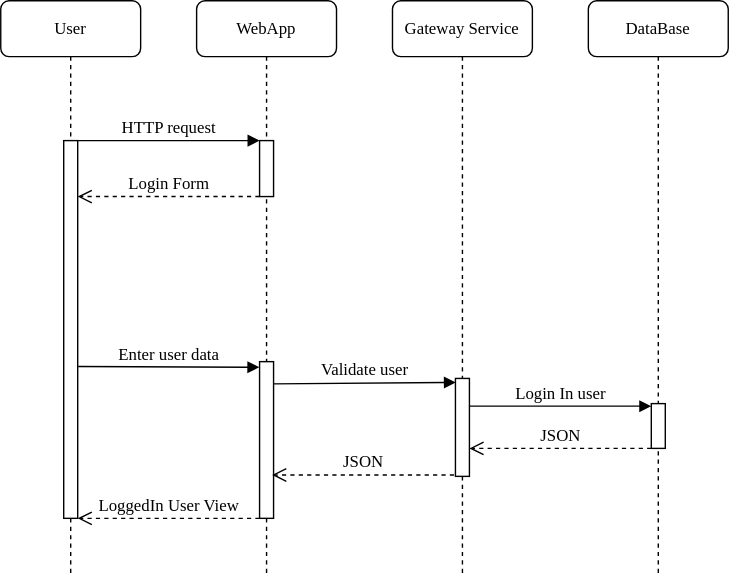
Arquisoft/wichat_es2a keeps this draw.io diagram as docs/images/06_runview_login.svg. Above is the earlier version. Source tidied: cells renumbered, new cells last; positions are measured from the earlier drawing's top-left corner, leaving out a move shared by most shapes.
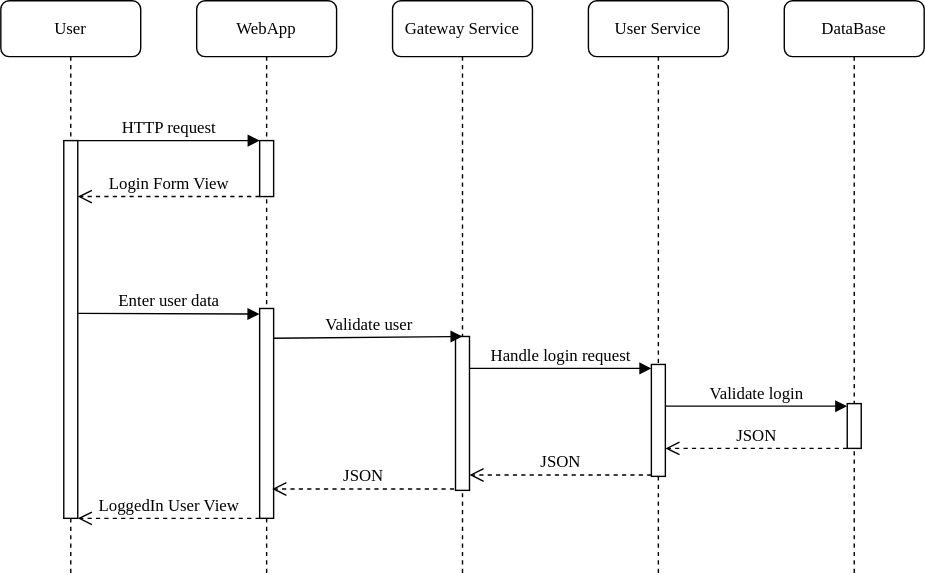
The same diagram one commit later.

Commit message:
Added new diagrams to Runtime view

Change to the diagram source:
```diff
@@ -9,43 +9,33 @@
       <mxGeometry x="45" y="100" width="10" height="40" as="geometry" />
     </mxCell>
     <mxCell id="4" style="html=1;points=[];perimeter=orthogonalPerimeter;rounded=0;shadow=0;comic=0;labelBackgroundColor=none;strokeWidth=1;fontFamily=Verdana;fontSize=12;align=center;" parent="2" vertex="1">
-      <mxGeometry x="45" y="258" width="10" height="112" as="geometry" />
+      <mxGeometry x="45" y="220" width="10" height="150" as="geometry" />
     </mxCell>
     <mxCell id="5" value="Gateway Service" style="shape=umlLifeline;perimeter=lifelinePerimeter;whiteSpace=wrap;html=1;rounded=1;shadow=0;comic=0;labelBackgroundColor=none;strokeWidth=1;fontFamily=Verdana;fontSize=12;align=center;" parent="1" vertex="1">
       <mxGeometry x="280" width="100" height="410" as="geometry" />
     </mxCell>
     <mxCell id="6" style="html=1;points=[];perimeter=orthogonalPerimeter;rounded=0;shadow=0;comic=0;labelBackgroundColor=none;strokeWidth=1;fontFamily=Verdana;fontSize=12;align=center;" parent="5" vertex="1">
-      <mxGeometry x="45" y="270" width="10" height="70" as="geometry" />
+      <mxGeometry x="45" y="240" width="10" height="110" as="geometry" />
     </mxCell>
-    <mxCell id="7" value="DataBase" style="shape=umlLifeline;perimeter=lifelinePerimeter;whiteSpace=wrap;html=1;rounded=1;shadow=0;comic=0;labelBackgroundColor=none;strokeWidth=1;fontFamily=Verdana;fontSize=12;align=center;" parent="1" vertex="1">
+    <mxCell id="7" value="User Service" style="shape=umlLifeline;perimeter=lifelinePerimeter;whiteSpace=wrap;html=1;rounded=1;shadow=0;comic=0;labelBackgroundColor=none;strokeWidth=1;fontFamily=Verdana;fontSize=12;align=center;" parent="1" vertex="1">
       <mxGeometry x="420" width="100" height="410" as="geometry" />
     </mxCell>
     <mxCell id="8" style="html=1;perimeter=orthogonalPerimeter;rounded=0;shadow=0;comic=0;labelBackgroundColor=none;strokeWidth=1;fontFamily=Verdana;fontSize=12;align=center;" parent="7" vertex="1">
-      <mxGeometry x="45" y="288" width="10" height="32" as="geometry" />
+      <mxGeometry x="45" y="260" width="10" height="80" as="geometry" />
     </mxCell>
-    <mxCell id="9" value="Login In user" style="html=1;verticalAlign=bottom;endArrow=block;entryX=0.034;entryY=0.041;labelBackgroundColor=none;fontFamily=Verdana;fontSize=12;entryDx=0;entryDy=0;entryPerimeter=0;exitX=1.012;exitY=0.354;exitDx=0;exitDy=0;exitPerimeter=0;" parent="7" edge="1">
+    <mxCell id="9" value="Handle login request" style="html=1;verticalAlign=bottom;endArrow=block;entryX=0.034;entryY=0.041;labelBackgroundColor=none;fontFamily=Verdana;fontSize=12;entryDx=0;entryDy=0;entryPerimeter=0;exitX=1.012;exitY=0.354;exitDx=0;exitDy=0;exitPerimeter=0;" parent="7" edge="1">
       <mxGeometry relative="1" as="geometry">
-        <mxPoint x="-85" y="289.8" as="sourcePoint" />
-        <mxPoint x="45" y="289.8" as="targetPoint" />
+        <mxPoint x="-85" y="262.8" as="sourcePoint" />
+        <mxPoint x="45" y="262.8" as="targetPoint" />
       </mxGeometry>
     </mxCell>
-    <mxCell id="10" value="JSON" style="html=1;verticalAlign=bottom;endArrow=open;dashed=1;endSize=8;labelBackgroundColor=none;fontFamily=Verdana;fontSize=12;edgeStyle=elbowEdgeStyle;elbow=vertical;" parent="7" edge="1">
-      <mxGeometry relative="1" as="geometry">
-        <mxPoint x="45" y="320" as="sourcePoint" />
-        <mxPoint x="-85" y="320" as="targetPoint" />
-        <Array as="points">
-          <mxPoint x="-10" y="320" />
-          <mxPoint x="20" y="320" />
-        </Array>
-      </mxGeometry>
-    </mxCell>
     <mxCell id="11" value="User" style="shape=umlLifeline;perimeter=lifelinePerimeter;whiteSpace=wrap;html=1;rounded=1;shadow=0;comic=0;labelBackgroundColor=none;strokeWidth=1;fontFamily=Verdana;fontSize=12;align=center;" parent="1" vertex="1">
       <mxGeometry width="100" height="410" as="geometry" />
     </mxCell>
     <mxCell id="12" style="html=1;points=[];perimeter=orthogonalPerimeter;rounded=0;shadow=0;comic=0;labelBackgroundColor=none;strokeWidth=1;fontFamily=Verdana;fontSize=12;align=center;" parent="11" vertex="1">
       <mxGeometry x="45" y="100" width="10" height="270" as="geometry" />
     </mxCell>
-    <mxCell id="13" value="Login Form" style="html=1;verticalAlign=bottom;endArrow=open;dashed=1;endSize=8;labelBackgroundColor=none;fontFamily=Verdana;fontSize=12;edgeStyle=elbowEdgeStyle;elbow=vertical;" parent="11" edge="1">
+    <mxCell id="13" value="Login Form View" style="html=1;verticalAlign=bottom;endArrow=open;dashed=1;endSize=8;labelBackgroundColor=none;fontFamily=Verdana;fontSize=12;edgeStyle=elbowEdgeStyle;elbow=vertical;" parent="11" edge="1">
       <mxGeometry relative="1" as="geometry">
         <mxPoint x="185" y="140" as="sourcePoint" />
         <mxPoint x="55" y="140" as="targetPoint" />
@@ -68,21 +58,58 @@
     <mxCell id="15" value="HTTP request" style="html=1;verticalAlign=bottom;endArrow=block;entryX=0;entryY=0;labelBackgroundColor=none;fontFamily=Verdana;fontSize=12;edgeStyle=elbowEdgeStyle;elbow=vertical;" parent="1" edge="1" source="12" target="3">
       <mxGeometry relative="1" as="geometry" />
     </mxCell>
-    <mxCell id="16" value="Enter user data" style="html=1;verticalAlign=bottom;endArrow=block;labelBackgroundColor=none;fontFamily=Verdana;fontSize=12;edgeStyle=elbowEdgeStyle;elbow=vertical;entryX=-0.014;entryY=0.035;entryDx=0;entryDy=0;entryPerimeter=0;exitX=1.033;exitY=0.598;exitDx=0;exitDy=0;exitPerimeter=0;" parent="1" edge="1" source="12" target="4">
-      <mxGeometry relative="1" as="geometry" />
+    <mxCell id="16" value="Enter user data" style="html=1;verticalAlign=bottom;endArrow=block;labelBackgroundColor=none;fontFamily=Verdana;fontSize=12;edgeStyle=elbowEdgeStyle;elbow=vertical;entryX=-0.014;entryY=0.035;entryDx=0;entryDy=0;entryPerimeter=0;exitX=1.033;exitY=0.598;exitDx=0;exitDy=0;exitPerimeter=0;" parent="1" edge="1">
+      <mxGeometry relative="1" as="geometry">
+        <mxPoint x="55.3" y="223.5" as="sourcePoint" />
+        <mxPoint x="184.9" y="223.9" as="targetPoint" />
+      </mxGeometry>
     </mxCell>
-    <mxCell id="17" value="Validate user" style="html=1;verticalAlign=bottom;endArrow=block;entryX=0.034;entryY=0.041;labelBackgroundColor=none;fontFamily=Verdana;fontSize=12;entryDx=0;entryDy=0;entryPerimeter=0;exitX=0.965;exitY=0.142;exitDx=0;exitDy=0;exitPerimeter=0;" parent="1" edge="1" source="4" target="6">
-      <mxGeometry relative="1" as="geometry" />
+    <mxCell id="17" value="Validate user" style="html=1;verticalAlign=bottom;endArrow=block;labelBackgroundColor=none;fontFamily=Verdana;fontSize=12;exitX=0.965;exitY=0.142;exitDx=0;exitDy=0;exitPerimeter=0;" parent="1" edge="1" source="4">
+      <mxGeometry relative="1" as="geometry">
+        <mxPoint x="330" y="240" as="targetPoint" />
+      </mxGeometry>
     </mxCell>
     <mxCell id="18" value="JSON" style="html=1;verticalAlign=bottom;endArrow=open;dashed=1;endSize=8;labelBackgroundColor=none;fontFamily=Verdana;fontSize=12;edgeStyle=elbowEdgeStyle;elbow=vertical;" parent="1" edge="1">
       <mxGeometry relative="1" as="geometry">
-        <mxPoint x="324" y="339" as="sourcePoint" />
-        <mxPoint x="194" y="339" as="targetPoint" />
+        <mxPoint x="324" y="349" as="sourcePoint" />
+        <mxPoint x="194" y="349" as="targetPoint" />
         <Array as="points">
-          <mxPoint x="269" y="339" />
-          <mxPoint x="299" y="339" />
+          <mxPoint x="269" y="349" />
+          <mxPoint x="299" y="349" />
         </Array>
       </mxGeometry>
     </mxCell>
+    <mxCell id="19" value="DataBase" style="shape=umlLifeline;perimeter=lifelinePerimeter;whiteSpace=wrap;html=1;rounded=1;shadow=0;comic=0;labelBackgroundColor=none;strokeWidth=1;fontFamily=Verdana;fontSize=12;align=center;" parent="1" vertex="1">
+      <mxGeometry x="560" width="100" height="410" as="geometry" />
+    </mxCell>
+    <mxCell id="20" style="html=1;perimeter=orthogonalPerimeter;rounded=0;shadow=0;comic=0;labelBackgroundColor=none;strokeWidth=1;fontFamily=Verdana;fontSize=12;align=center;" parent="19" vertex="1">
+      <mxGeometry x="45" y="288" width="10" height="32" as="geometry" />
+    </mxCell>
+    <mxCell id="21" value="Validate login" style="html=1;verticalAlign=bottom;endArrow=block;entryX=0.034;entryY=0.041;labelBackgroundColor=none;fontFamily=Verdana;fontSize=12;entryDx=0;entryDy=0;entryPerimeter=0;exitX=1.012;exitY=0.354;exitDx=0;exitDy=0;exitPerimeter=0;" parent="19" edge="1">
+      <mxGeometry relative="1" as="geometry">
+        <mxPoint x="-85" y="289.8" as="sourcePoint" />
+        <mxPoint x="45" y="289.8" as="targetPoint" />
+      </mxGeometry>
+    </mxCell>
+    <mxCell id="22" value="JSON" style="html=1;verticalAlign=bottom;endArrow=open;dashed=1;endSize=8;labelBackgroundColor=none;fontFamily=Verdana;fontSize=12;edgeStyle=elbowEdgeStyle;elbow=vertical;" parent="19" edge="1">
+      <mxGeometry relative="1" as="geometry">
+        <mxPoint x="45" y="320" as="sourcePoint" />
+        <mxPoint x="-85" y="320" as="targetPoint" />
+        <Array as="points">
+          <mxPoint x="-10" y="320" />
+          <mxPoint x="20" y="320" />
+        </Array>
+      </mxGeometry>
+    </mxCell>
+    <mxCell id="10" value="JSON" style="html=1;verticalAlign=bottom;endArrow=open;dashed=1;endSize=8;labelBackgroundColor=none;fontFamily=Verdana;fontSize=12;edgeStyle=elbowEdgeStyle;elbow=vertical;" parent="1" edge="1">
+      <mxGeometry relative="1" as="geometry">
+        <mxPoint x="465" y="339" as="sourcePoint" />
+        <mxPoint x="335" y="339" as="targetPoint" />
+        <Array as="points">
+          <mxPoint x="410" y="339" />
+          <mxPoint x="440" y="339" />
+        </Array>
+      </mxGeometry>
+    </mxCell>
   </root>
 </mxGraphModel>
```
